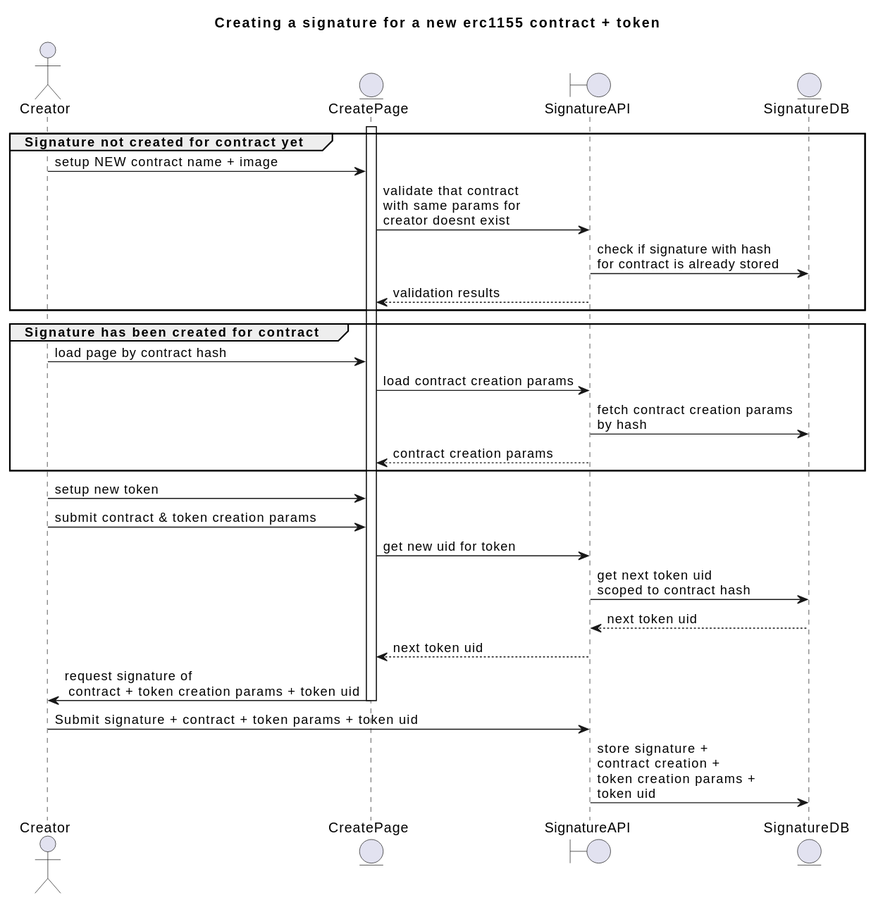
Before: uml/generated/gasslessCreate-creation-sequence.svg, a diagram exported from PlantUML (ourzora/zora-protocol).
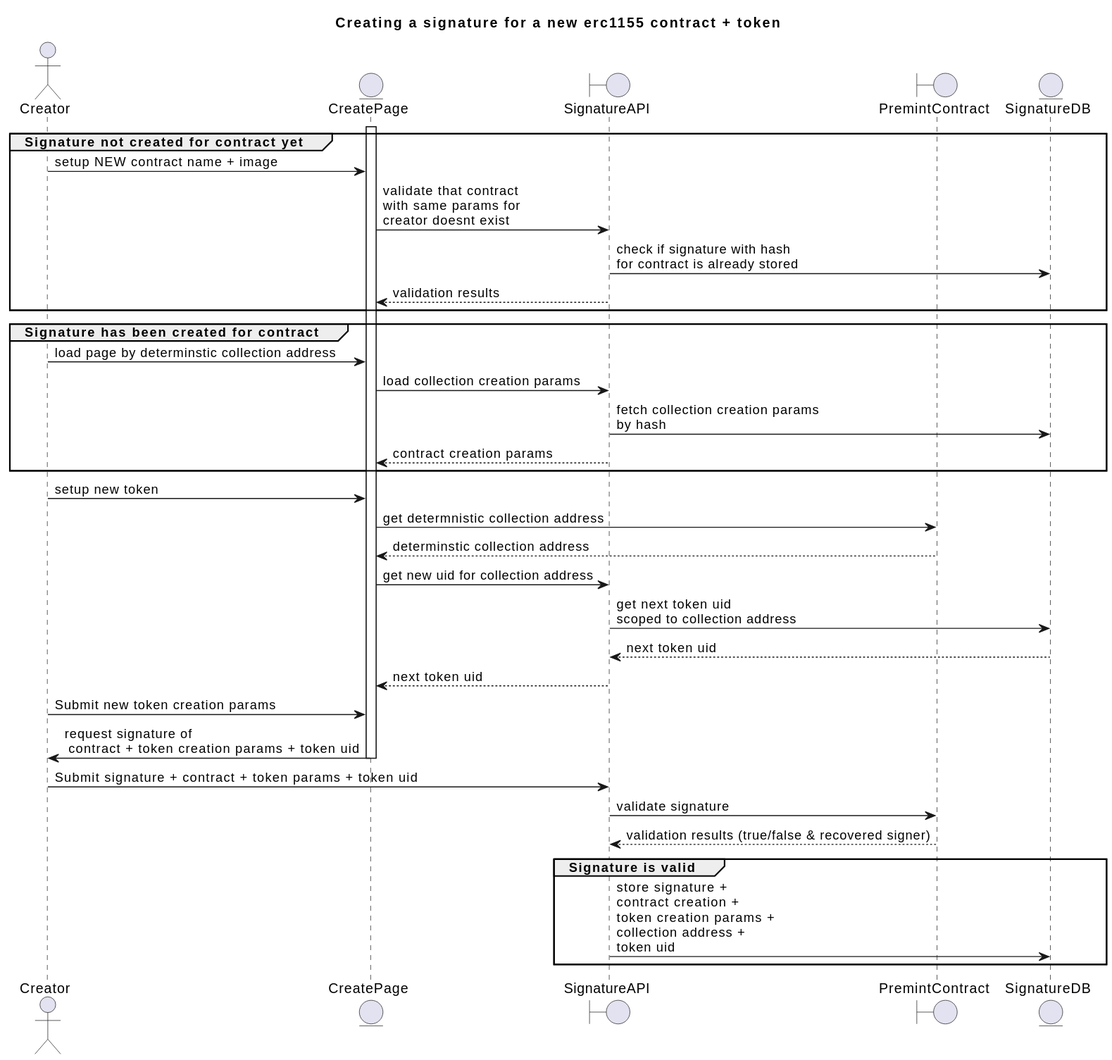
The same file after the commit.

Diff of the diagram source:
```diff
@@ -4,6 +4,7 @@
 actor Creator
 entity CreatePage
 boundary SignatureAPI
+boundary PremintContract
 entity SignatureDB
 
 
@@ -19,21 +20,30 @@
 
 Group Signature has been created for contract
 
-  Creator -> CreatePage: load page by contract hash
-  CreatePage -> SignatureAPI: load contract creation params
-  SignatureAPI -> SignatureDB: fetch contract creation params\nby hash
+  Creator -> CreatePage: load page by determinstic collection address
+  CreatePage -> SignatureAPI: load collection creation params
+  SignatureAPI -> SignatureDB: fetch collection creation params\nby hash
   SignatureAPI --> CreatePage: contract creation params
 
 end
 
 Creator -> CreatePage: setup new token
-Creator -> CreatePage: submit contract & token creation params
-CreatePage -> SignatureAPI: get new uid for token
-SignatureAPI -> SignatureDB: get next token uid\nscoped to contract hash
+CreatePage -> PremintContract: get determnistic collection address
+PremintContract --> CreatePage: determinstic collection address
+CreatePage -> SignatureAPI: get new uid for collection address
+SignatureAPI -> SignatureDB: get next token uid\nscoped to collection address
 SignatureDB --> SignatureAPI: next token uid
 SignatureAPI --> CreatePage: next token uid
+Creator -> CreatePage: Submit new token creation params
 CreatePage -> Creator: request signature of\n contract + token creation params + token uid
 deactivate CreatePage
 Creator -> SignatureAPI: Submit signature + contract + token params + token uid
-SignatureAPI -> SignatureDB: store signature + \ncontract creation + \ntoken creation params +\ntoken uid
+SignatureAPI -> PremintContract: validate signature
+PremintContract --> SignatureAPI: validation results (true/false & recovered signer)
+
+Group Signature is valid
+
+  SignatureAPI -> SignatureDB: store signature + \ncontract creation + \ntoken creation params + \ncollection address + \ntoken uid
+
+end
 @enduml
```
